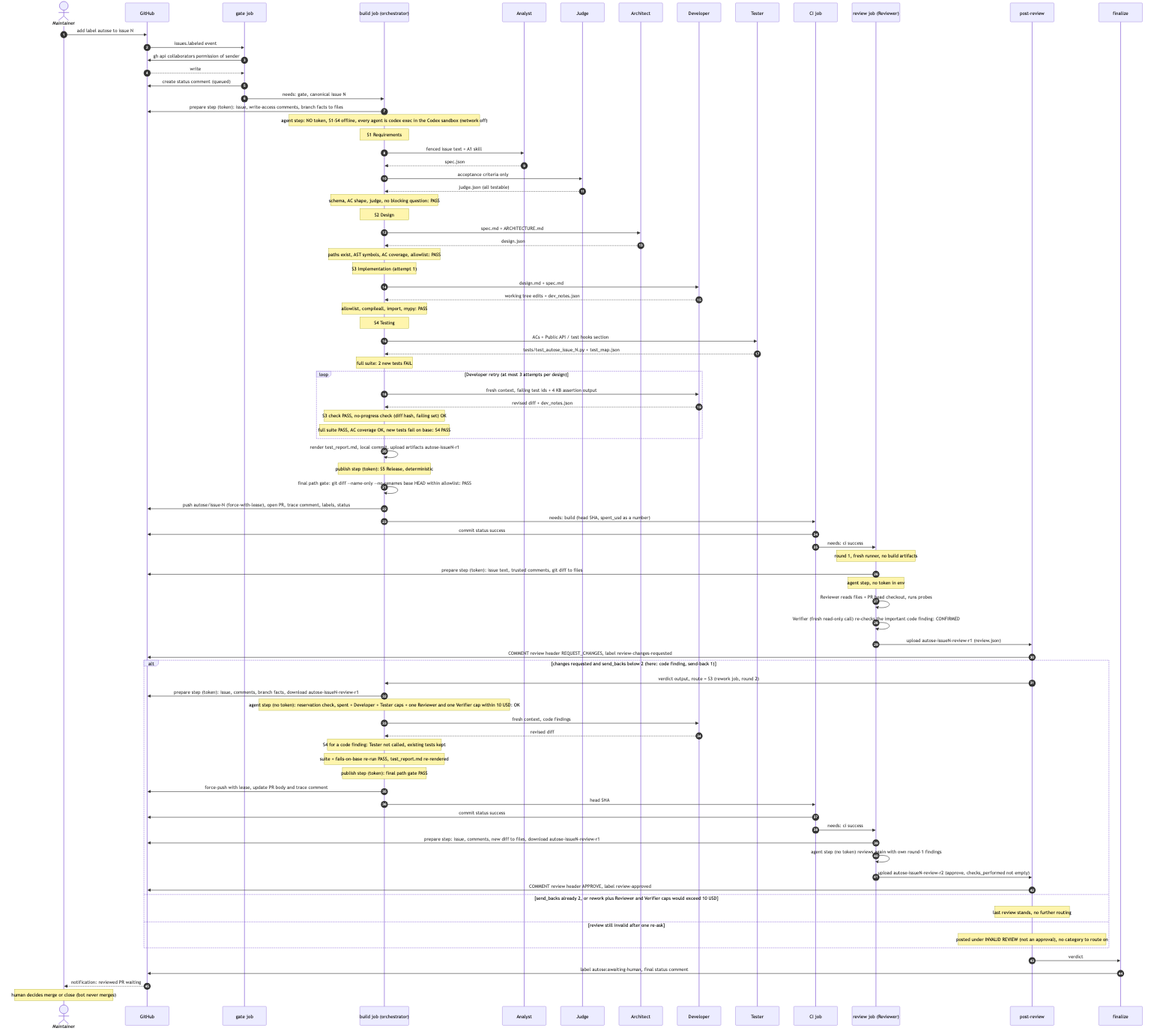
This is architecture/views/sequence-view.png from vishesh312/autose-assignment3, a Mermaid export, as it was before one commit. Its source is kept beside it as architecture/views/sequence-view.mmd.
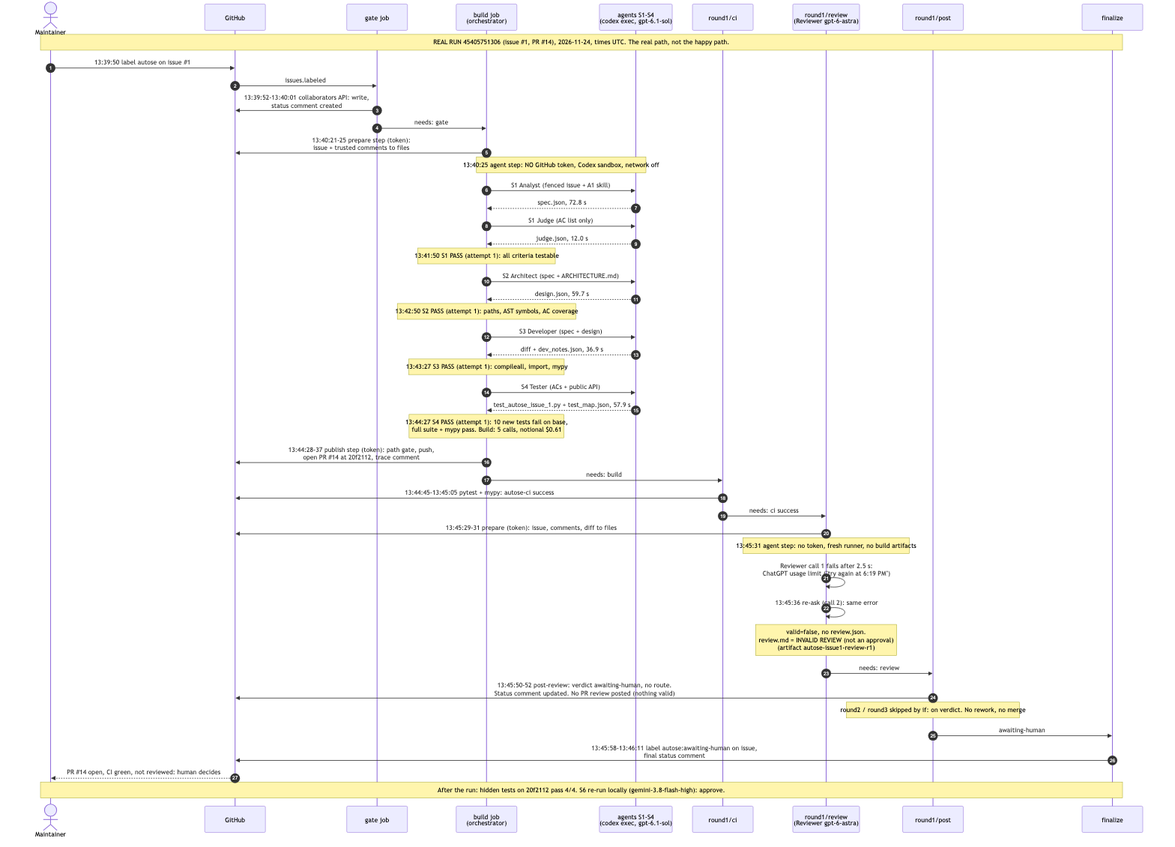
Above is the later version.

Commit message:
Replace the planned sequence view with the real issue-1 run 45405751306 (PR #14), including the quota-failed review and awaiting-human fail-safe

Change to the diagram source:
```diff
@@ -3,95 +3,47 @@
   actor M as Maintainer
   participant GH as GitHub
   participant G as gate job
-  participant B as build job (orchestrator)
-  participant AN as Analyst
-  participant J as Judge
-  participant AR as Architect
-  participant D as Developer
-  participant T as Tester
-  participant C as CI job
-  participant R as review job (Reviewer)
-  participant P as post-review
+  participant B as build job<br/>(orchestrator)
+  participant A as agents S1-S4<br/>(codex exec, gpt-6.1-sol)
+  participant C as round1/ci
+  participant R as round1/review<br/>(Reviewer gpt-6-astra)
+  participant P as round1/post
   participant F as finalize
 
-  M->>GH: add label autose to issue N
-  GH->>G: issues.labeled event
-  G->>GH: gh api collaborators permission of sender
-  GH-->>G: write
-  G->>GH: create status comment (queued)
-  G->>B: needs: gate, canonical issue N
-
-  B->>GH: prepare step (token): issue, write-access comments, branch facts to files
-  Note over B: agent step: NO token, S1-S4 offline, every agent is codex exec in the Codex sandbox (network off)
-  Note over B: S1 Requirements
-  B->>AN: fenced issue text + A1 skill
-  AN-->>B: spec.json
-  B->>J: acceptance criteria only
-  J-->>B: judge.json (all testable)
-  Note over B: schema, AC shape, judge, no blocking question: PASS
-
-  Note over B: S2 Design
-  B->>AR: spec.md + ARCHITECTURE.md
-  AR-->>B: design.json
-  Note over B: paths exist, AST symbols, AC coverage, allowlist: PASS
-
-  Note over B: S3 Implementation (attempt 1)
-  B->>D: design.md + spec.md
-  D-->>B: working tree edits + dev_notes.json
-  Note over B: allowlist, compileall, import, mypy: PASS
-
-  Note over B: S4 Testing
-  B->>T: ACs + Public API / test hooks section
-  T-->>B: tests/test_autose_issue_N.py + test_map.json
-  Note over B: full suite: 2 new tests FAIL
-
-  loop Developer retry (at most 3 attempts per design)
-    B->>D: fresh context, failing test ids + 4 KB assertion output
-    D-->>B: revised diff + dev_notes.json
-    Note over B: S3 check PASS, no-progress check (diff hash, failing set) OK
-    Note over B: full suite PASS, AC coverage OK, new tests fail on base: S4 PASS
-  end
-  B->>B: render test_report.md, local commit, upload artifacts autose-issueN-r1
-
-  Note over B: publish step (token): S5 Release, deterministic
-  B->>B: final path gate: git diff --name-only --no-renames base HEAD within allowlist: PASS
-  B->>GH: push autose/issue-N (force-with-lease), open PR, trace comment, labels, status
-  B->>C: needs: build (head SHA, spent_usd as a number)
-  C->>GH: commit status success
+  Note over M,F: REAL RUN 45405751306 (issue #35;1, PR #35;14), 2026-11-24, times UTC. The real path, not the happy path.
+  M->>GH: 13:39:50 label autose on issue #35;1
+  GH->>G: issues.labeled
+  G->>GH: 13:39:52-13:40:01 collaborators API: write,<br/>status comment created
+  G->>B: needs: gate
+  B->>GH: 13:40:21-25 prepare step (token):<br/>issue + trusted comments to files
+  Note over B,A: 13:40:25 agent step: NO GitHub token, Codex sandbox, network off
+  B->>A: S1 Analyst (fenced issue + A1 skill)
+  A-->>B: spec.json, 72.8 s
+  B->>A: S1 Judge (AC list only)
+  A-->>B: judge.json, 12.0 s
+  Note over B: 13:41:50 S1 PASS (attempt 1): all criteria testable
+  B->>A: S2 Architect (spec + ARCHITECTURE.md)
+  A-->>B: design.json, 59.7 s
+  Note over B: 13:42:50 S2 PASS (attempt 1): paths, AST symbols, AC coverage
+  B->>A: S3 Developer (spec + design)
+  A-->>B: diff + dev_notes.json, 36.9 s
+  Note over B: 13:43:27 S3 PASS (attempt 1): compileall, import, mypy
+  B->>A: S4 Tester (ACs + public API)
+  A-->>B: test_autose_issue_1.py + test_map.json, 57.9 s
+  Note over B: 13:44:27 S4 PASS (attempt 1): 10 new tests fail on base,<br/>full suite + mypy pass. Build: 5 calls, notional $0.61
+  B->>GH: 13:44:28-37 publish step (token): path gate, push,<br/>open PR #35;14 at 20f2112, trace comment
+  B->>C: needs: build
+  C->>GH: 13:44:45-13:45:05 pytest + mypy: autose-ci success
   C->>R: needs: ci success
-
-  Note over R: round 1, fresh runner, no build artifacts
-  R->>GH: prepare step (token): issue text, trusted comments, git diff to files
-  Note over R: agent step, no token in env
-  R->>R: Reviewer reads files + PR head checkout, runs probes
-  R->>R: Verifier (fresh read-only call) re-checks the important code finding: CONFIRMED
-  R->>P: upload autose-issueN-review-r1 (review.json)
-  P->>GH: COMMENT review header REQUEST_CHANGES, label review-changes-requested
-
-  alt changes requested and send_backs below 2 (here: code finding, send-back 1)
-    P->>B: verdict output, route = S3 (rework job, round 2)
-    B->>GH: prepare step (token): issue, comments, branch facts, download autose-issueN-review-r1
-    Note over B: agent step (no token): reservation check, spent + Developer + Tester caps + one Reviewer and one Verifier cap within 10 USD: OK
-    B->>D: fresh context, code findings
-    D-->>B: revised diff
-    Note over B: S4 for a code finding: Tester not called, existing tests kept
-    Note over B: suite + fails-on-base re-run PASS, test_report.md re-rendered
-    Note over B: publish step (token): final path gate PASS
-    B->>GH: force-push with lease, update PR body and trace comment
-    B->>C: head SHA
-    C->>GH: commit status success
-    C->>R: needs: ci success
-    R->>GH: prepare step: issue, comments, new diff to files, download autose-issueN-review-r1
-    R->>R: agent step (no token) reviews again with own round-1 findings
-    R->>P: upload autose-issueN-review-r2 (approve, checks_performed not empty)
-    P->>GH: COMMENT review header APPROVE, label review-approved
-  else send_backs already 2, or rework plus Reviewer and Verifier caps would exceed 10 USD
-    Note over P: last review stands, no further routing
-  else review still invalid after one re-ask
-    Note over P: posted under INVALID REVIEW (not an approval), no category to route on
-  end
-
-  P->>F: verdict
-  F->>GH: label autose:awaiting-human, final status comment
-  GH-->>M: notification: reviewed PR waiting
-  Note over M: human decides merge or close (bot never merges)
+  R->>GH: 13:45:29-31 prepare (token): issue, comments, diff to files
+  Note over R: 13:45:31 agent step: no token, fresh runner, no build artifacts
+  R->>R: Reviewer call 1 fails after 2.5 s:<br/>ChatGPT usage limit ("try again at 6:19 PM")
+  R->>R: 13:45:36 re-ask (call 2): same error
+  Note over R: valid=false, no review.json.<br/>review.md = INVALID REVIEW (not an approval)<br/>(artifact autose-issue1-review-r1)
+  R->>P: needs: review
+  P->>GH: 13:45:50-52 post-review: verdict awaiting-human, no route.<br/>Status comment updated. No PR review posted (nothing valid)
+  Note over P: round2 / round3 skipped by if: on verdict. No rework, no merge
+  P->>F: awaiting-human
+  F->>GH: 13:45:58-13:46:11 label autose:awaiting-human on issue,<br/>final status comment
+  GH-->>M: PR #35;14 open, CI green, not reviewed: human decides
+  Note over M,F: After the run: hidden tests on 20f2112 pass 4/4. S6 re-run locally (gemini-3.8-flash-high): approve.
```
